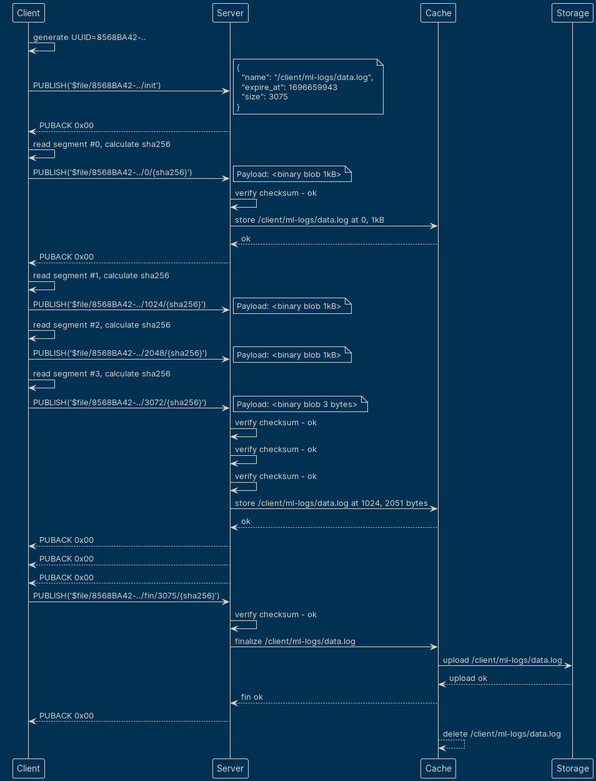
Before: active/0021-assets/flow-happy-path.png, a diagram exported from PlantUML (emqx/eip).
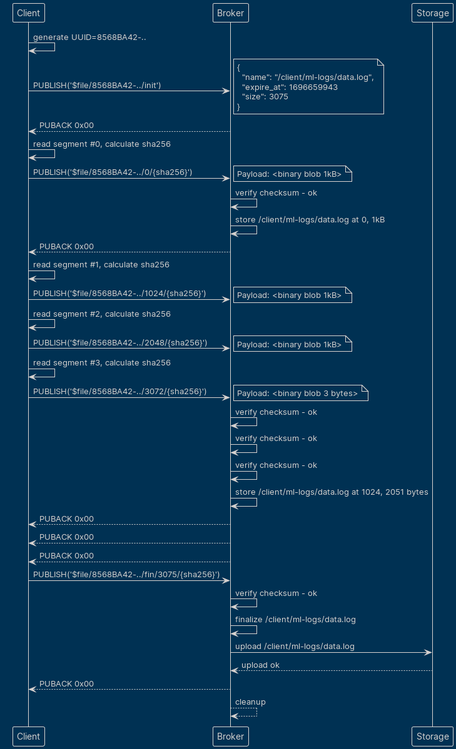
The same file after the commit.

The edit, as a diff of the source:
```diff
@@ -1,7 +1,7 @@
 @startuml
 !theme blueprint
 Client -> Client: generate UUID=8568BA42-..
-Client -> Server: PUBLISH('$file/8568BA42-../init')
+Client -> Broker: PUBLISH('$file/8568BA42-../init')
 note right
 {
   "name": "/client/ml-logs/data.log",
@@ -9,45 +9,42 @@
   "size": 3075
 }
 end note
-Server --> Client: PUBACK 0x00
+Broker --> Client: PUBACK 0x00
 Client -> Client: read segment #0, calculate sha256
-Client -> Server: PUBLISH('$file/8568BA42-../0/{sha256}')
+Client -> Broker: PUBLISH('$file/8568BA42-../0/{sha256}')
 note right
 Payload: <binary blob 1kB>
 end note
-Server -> Server: verify checksum - ok
-Server -> Cache: store /client/ml-logs/data.log at 0, 1kB
-Cache --> Server: ok
-Server --> Client: PUBACK 0x00
+Broker -> Broker: verify checksum - ok
+Broker -> Broker: store /client/ml-logs/data.log at 0, 1kB
+Broker --> Client: PUBACK 0x00
 Client -> Client: read segment #1, calculate sha256
-Client -> Server: PUBLISH('$file/8568BA42-../1024/{sha256}')
+Client -> Broker: PUBLISH('$file/8568BA42-../1024/{sha256}')
 note right
 Payload: <binary blob 1kB>
 end note
 Client -> Client: read segment #2, calculate sha256
-Client -> Server: PUBLISH('$file/8568BA42-../2048/{sha256}')
+Client -> Broker: PUBLISH('$file/8568BA42-../2048/{sha256}')
 note right
 Payload: <binary blob 1kB>
 end note
 Client -> Client: read segment #3, calculate sha256
-Client -> Server: PUBLISH('$file/8568BA42-../3072/{sha256}')
+Client -> Broker: PUBLISH('$file/8568BA42-../3072/{sha256}')
 note right
 Payload: <binary blob 3 bytes>
 end note
-Server -> Server: verify checksum - ok
-Server -> Server: verify checksum - ok
-Server -> Server: verify checksum - ok
-Server -> Cache: store /client/ml-logs/data.log at 1024, 2051 bytes
-Cache --> Server: ok
-Server --> Client: PUBACK 0x00
-Server --> Client: PUBACK 0x00
-Server --> Client: PUBACK 0x00
-Client -> Server: PUBLISH('$file/8568BA42-../fin/3075/{sha256}')
-Server -> Server: verify checksum - ok
-Server -> Cache: finalize /client/ml-logs/data.log
-Cache -> Storage: upload /client/ml-logs/data.log
-Storage --> Cache: upload ok
-Cache --> Server: fin ok
-Server --> Client: PUBACK 0x00
-Cache --> Cache: delete /client/ml-logs/data.log
+Broker -> Broker: verify checksum - ok
+Broker -> Broker: verify checksum - ok
+Broker -> Broker: verify checksum - ok
+Broker -> Broker: store /client/ml-logs/data.log at 1024, 2051 bytes
+Broker --> Client: PUBACK 0x00
+Broker --> Client: PUBACK 0x00
+Broker --> Client: PUBACK 0x00
+Client -> Broker: PUBLISH('$file/8568BA42-../fin/3075/{sha256}')
+Broker -> Broker: verify checksum - ok
+Broker -> Broker: finalize /client/ml-logs/data.log
+Broker -> Storage: upload /client/ml-logs/data.log
+Storage --> Broker: upload ok
+Broker --> Client: PUBACK 0x00
+Broker --> Broker: cleanup
 @enduml
```
